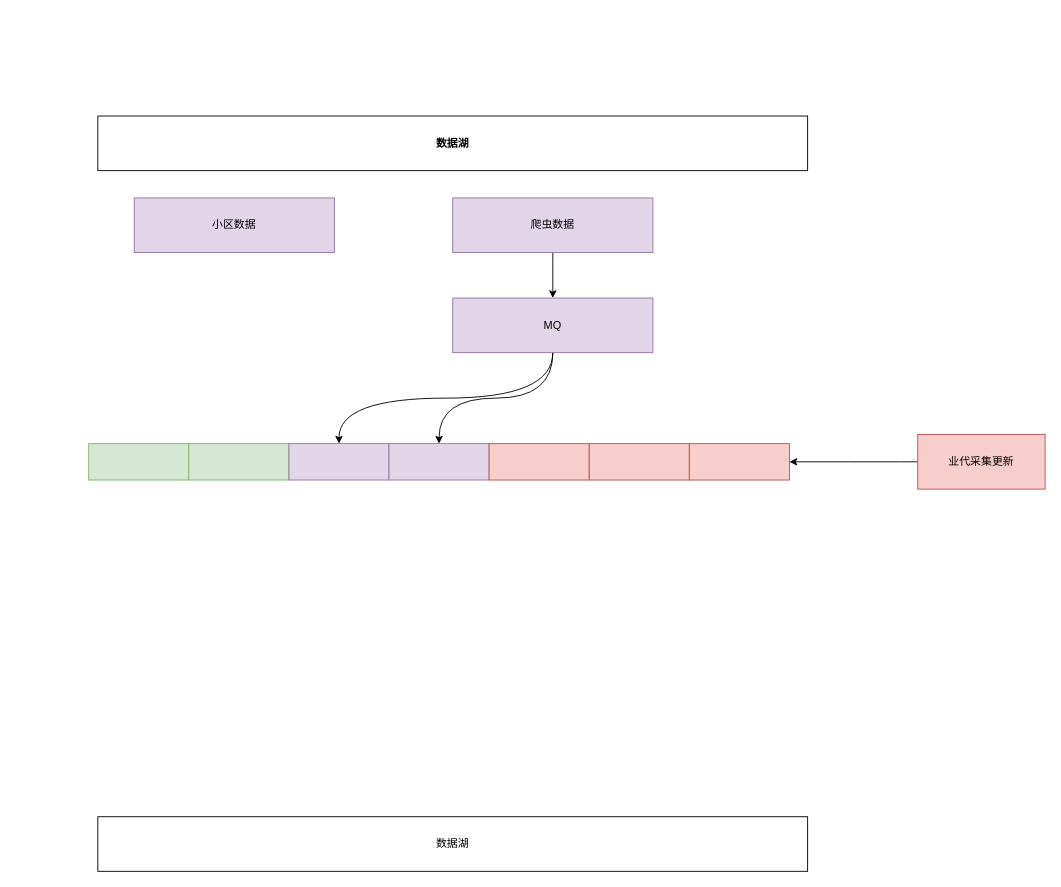
Above: 【0509】小区主数据交互.drawio in 18857545022/- (draw.io), before the change. Source tidied: cells renumbered, new cells numbered last; positions are measured from the earlier drawing's top-left corner, leaving out a move shared by most shapes. Both pictures are drawn from the tidied source at 91%, with x=0, y=0 at pixel (88, 116).
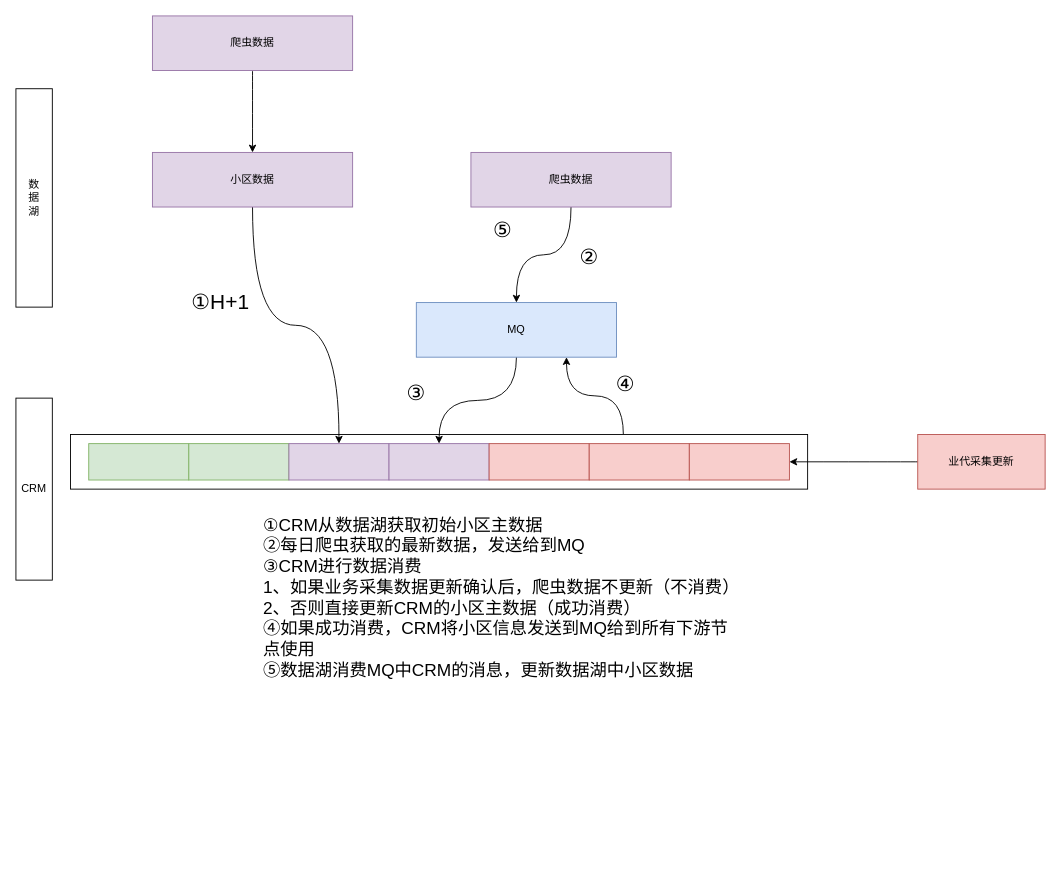
The same page after the edit.

Commit message:
更新【0509】小区主数据交互.drawio

The change refers to these unchanged cells:
```xml
<mxCell id="12" style="rounded=0;whiteSpace=wrap;html=1;fillColor=#e1d5e7;strokeColor=#9673a6;" parent="1" vertex="1">
  <mxGeometry x="220" y="360" width="110" height="40" as="geometry" />
</mxCell>
```

What changed in the source:
```diff
@@
-    <mxCell id="2" value="数据湖" style="rounded=0;whiteSpace=wrap;html=1;fontStyle=1;" parent="1" vertex="1">
-      <mxGeometry x="10" width="780" height="60" as="geometry" />
-    </mxCell>
-    <mxCell id="3" style="edgeStyle=orthogonalEdgeStyle;curved=1;rounded=0;jettySize=auto;html=1;exitX=0.5;exitY=1;exitDx=0;exitDy=0;entryX=0.5;entryY=0;entryDx=0;entryDy=0;" parent="1" edge="1" source="5" target="12">
-      <mxGeometry relative="1" as="geometry" />
-    </mxCell>
+    <mxCell id="19" style="edgeStyle=orthogonalEdgeStyle;curved=1;rounded=0;jettySize=auto;html=1;exitX=0.75;exitY=0;exitDx=0;exitDy=0;entryX=0.75;entryY=1;entryDx=0;entryDy=0;" parent="1" edge="1" source="20" target="5">
+      <mxGeometry relative="1" as="geometry" />
+    </mxCell>
+    <mxCell id="20" style="rounded=0;whiteSpace=wrap;html=1;" parent="1" vertex="1">
+      <mxGeometry x="-20" y="350" width="810" height="60" as="geometry" />
+    </mxCell>
@@
-    <mxCell id="5" value="MQ" style="rounded=0;whiteSpace=wrap;html=1;fillColor=#e1d5e7;strokeColor=#9673a6;" parent="1" vertex="1">
-      <mxGeometry x="400" y="200" width="220" height="60" as="geometry" />
+    <mxCell id="5" value="MQ" style="rounded=0;whiteSpace=wrap;html=1;fillColor=#dae8fc;strokeColor=#6c8ebf;" parent="1" vertex="1">
+      <mxGeometry x="360" y="205" width="220" height="60" as="geometry" />
     </mxCell>
-    <mxCell id="6" value="数据湖" style="rounded=0;whiteSpace=wrap;html=1;" parent="1" vertex="1">
-      <mxGeometry x="10" y="770" width="780" height="60" as="geometry" />
-    </mxCell>
@@
     <mxCell id="8" value="爬虫数据" style="rounded=0;whiteSpace=wrap;html=1;fillColor=#e1d5e7;strokeColor=#9673a6;" parent="1" vertex="1">
-      <mxGeometry x="400" y="90" width="220" height="60" as="geometry" />
+      <mxGeometry x="420" y="40" width="220" height="60" as="geometry" />
     </mxCell>
+    <mxCell id="21" style="edgeStyle=orthogonalEdgeStyle;curved=1;rounded=0;jettySize=auto;html=1;exitX=0.5;exitY=1;exitDx=0;exitDy=0;entryX=0.5;entryY=0;entryDx=0;entryDy=0;" parent="1" edge="1" source="9" target="12">
+      <mxGeometry relative="1" as="geometry" />
+    </mxCell>
     <mxCell id="9" value="小区数据" style="rounded=0;whiteSpace=wrap;html=1;fillColor=#e1d5e7;strokeColor=#9673a6;" parent="1" vertex="1">
-      <mxGeometry x="50" y="90" width="220" height="60" as="geometry" />
+      <mxGeometry x="70" y="40" width="220" height="60" as="geometry" />
     </mxCell>
@@
+    <mxCell id="22" value="CRM" style="rounded=0;whiteSpace=wrap;html=1;" parent="1" vertex="1">
+      <mxGeometry x="-80" y="310" width="40" height="200" as="geometry" />
+    </mxCell>
+    <mxCell id="23" value="数&lt;br&gt;据&lt;br&gt;湖" style="rounded=0;whiteSpace=wrap;html=1;" parent="1" vertex="1">
+      <mxGeometry x="-80" y="-30" width="40" height="240" as="geometry" />
+    </mxCell>
+    <mxCell id="24" value="&lt;font style=&quot;font-size: 19px;&quot;&gt;①CRM从数据湖获取初始小区主数据&lt;br&gt;②每日爬虫获取的最新数据，发送给到MQ&lt;br&gt;③CRM进行数据消费&lt;br&gt;1、如果业务采集数据更新确认后，爬虫数据不更新（不消费）&lt;br&gt;&lt;/font&gt;&lt;div style=&quot;font-size: 19px;&quot;&gt;&lt;span style=&quot;background-color: initial;&quot;&gt;&lt;font style=&quot;font-size: 19px;&quot;&gt;2、否则直接更新CRM的小区主数据（成功消费）&lt;br&gt;④如果成功消费，CRM将小区信息发送到MQ给到所有下游节点使用&lt;br&gt;⑤数据湖消费MQ中CRM的消息，更新数据湖中小区数据&lt;/font&gt;&lt;/span&gt;&lt;/div&gt;" style="text;html=1;align=left;verticalAlign=middle;whiteSpace=wrap;rounded=0;" parent="1" vertex="1">
+      <mxGeometry x="190" y="450" width="530" height="160" as="geometry" />
+    </mxCell>
+    <mxCell id="25" value="&lt;font style=&quot;font-size: 23px;&quot;&gt;①H+1&lt;/font&gt;" style="text;html=1;align=center;verticalAlign=middle;whiteSpace=wrap;rounded=0;" parent="1" vertex="1">
+      <mxGeometry x="70" y="190" width="150" height="30" as="geometry" />
+    </mxCell>
+    <mxCell id="26" value="&lt;font style=&quot;font-size: 23px;&quot;&gt;②&lt;/font&gt;" style="text;html=1;align=center;verticalAlign=middle;whiteSpace=wrap;rounded=0;" parent="1" vertex="1">
+      <mxGeometry x="520" y="140" width="60" height="30" as="geometry" />
+    </mxCell>
+    <mxCell id="27" value="&lt;font style=&quot;font-size: 23px;&quot;&gt;③&lt;/font&gt;" style="text;html=1;align=center;verticalAlign=middle;whiteSpace=wrap;rounded=0;" parent="1" vertex="1">
+      <mxGeometry x="330" y="290" width="60" height="30" as="geometry" />
+    </mxCell>
+    <mxCell id="28" value="&lt;font style=&quot;font-size: 23px;&quot;&gt;④&lt;/font&gt;" style="text;html=1;align=center;verticalAlign=middle;whiteSpace=wrap;rounded=0;" parent="1" vertex="1">
+      <mxGeometry x="560" y="280" width="60" height="30" as="geometry" />
+    </mxCell>
+    <mxCell id="29" value="&lt;font style=&quot;font-size: 23px;&quot;&gt;⑤&lt;/font&gt;" style="text;html=1;align=center;verticalAlign=middle;whiteSpace=wrap;rounded=0;" parent="1" vertex="1">
+      <mxGeometry x="425" y="110" width="60" height="30" as="geometry" />
+    </mxCell>
+    <mxCell id="30" style="edgeStyle=orthogonalEdgeStyle;curved=1;rounded=0;jettySize=auto;html=1;exitX=0.5;exitY=1;exitDx=0;exitDy=0;entryX=0.5;entryY=0;entryDx=0;entryDy=0;" parent="1" edge="1" source="31" target="9">
+      <mxGeometry relative="1" as="geometry" />
+    </mxCell>
+    <mxCell id="31" value="爬虫数据" style="rounded=0;whiteSpace=wrap;html=1;fillColor=#e1d5e7;strokeColor=#9673a6;" parent="1" vertex="1">
+      <mxGeometry x="70" y="-110" width="220" height="60" as="geometry" />
+    </mxCell>
```
